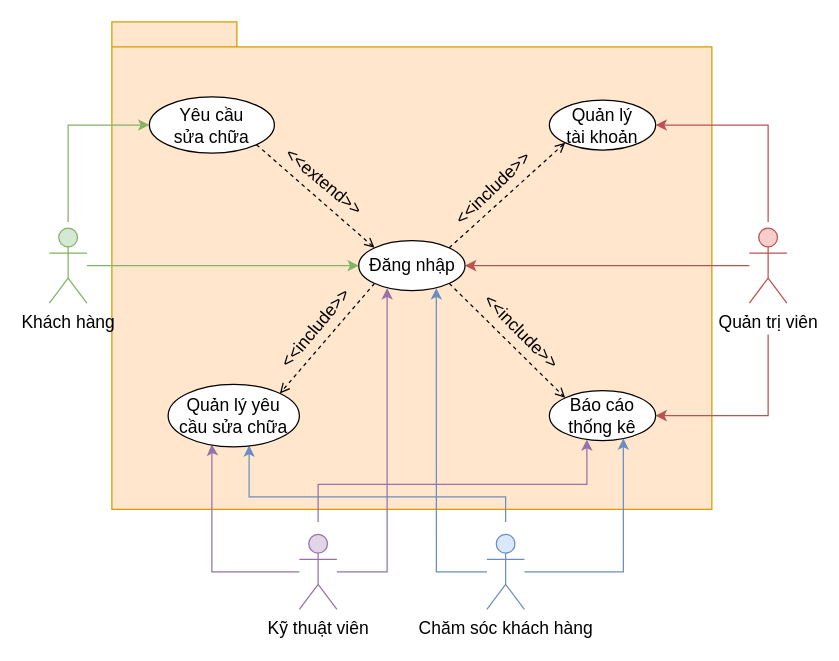
The draw.io diagram Documents/UML/usecase_tongquat.drawio in Sallydead/website-dat-lich-sua-chua, before the edit. Source tidied: cells renumbered, new cells numbered last; positions are measured from the earlier drawing's top-left corner, leaving out a move shared by most shapes. Both pictures are drawn from the tidied source at 125%, with x=0, y=0 at pixel (49, 21).
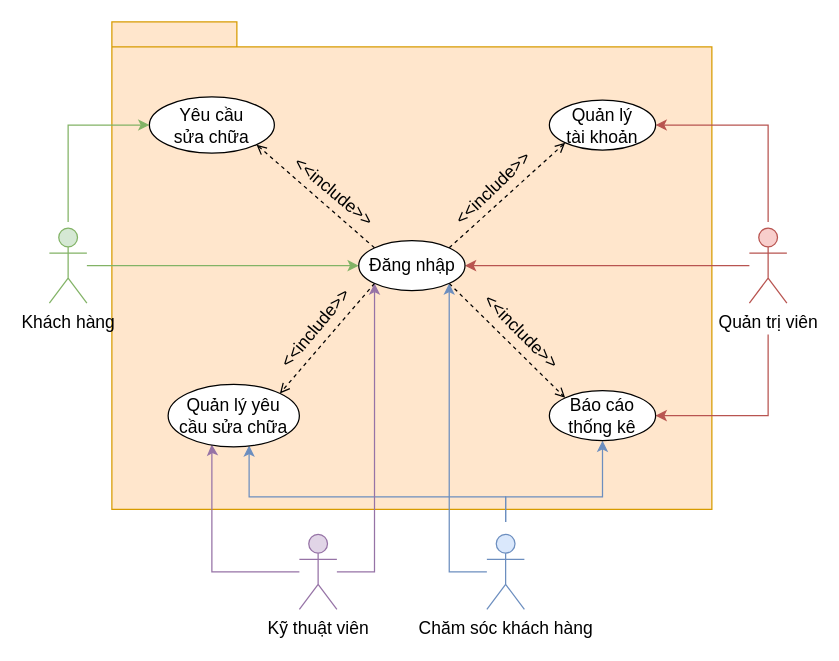
The same diagram, later.

Unchanged cells that the change refers to:
```xml
<mxCell id="12" value="Chăm sóc khách hàng" style="shape=umlActor;verticalLabelPosition=bottom;verticalAlign=top;html=1;outlineConnect=0;fillColor=#dae8fc;strokeColor=#6c8ebf;fontSize=14;" parent="1" vertex="1">
  <mxGeometry x="350" y="410" width="30" height="60" as="geometry" />
</mxCell>
<mxCell id="16" value="Kỹ thuật viên" style="shape=umlActor;verticalLabelPosition=bottom;verticalAlign=top;html=1;outlineConnect=0;fillColor=#e1d5e7;strokeColor=#9673a6;fontSize=14;" parent="1" vertex="1">
  <mxGeometry x="200" y="410" width="30" height="60" as="geometry" />
</mxCell>
<mxCell id="20" value="Đăng nhập" style="ellipse;whiteSpace=wrap;html=1;fontSize=14;" parent="1" vertex="1">
  <mxGeometry x="247.5" y="175" width="85" height="40" as="geometry" />
</mxCell>
<mxCell id="23" value="Yêu cầu&lt;br&gt;sửa chữa" style="ellipse;whiteSpace=wrap;html=1;fontSize=14;" parent="1" vertex="1">
  <mxGeometry x="80" y="60" width="100" height="45" as="geometry" />
</mxCell>
<mxCell id="24" value="Báo cáo thống kê" style="ellipse;whiteSpace=wrap;html=1;fontSize=14;" parent="1" vertex="1">
  <mxGeometry x="400" y="295" width="85" height="40" as="geometry" />
</mxCell>
```

Diff of the diagram source:
```diff
@@
-    <mxCell id="10" style="edgeStyle=orthogonalEdgeStyle;rounded=0;jettySize=auto;html=1;fillColor=#dae8fc;strokeColor=#6c8ebf;entryX=0.73;entryY=0.95;entryDx=0;entryDy=0;entryPerimeter=0;" parent="1" edge="1" source="12" target="20">
-      <mxGeometry relative="1" as="geometry">
-        <Array as="points">
-          <mxPoint x="310" y="440" />
-        </Array>
-      </mxGeometry>
+    <mxCell id="10" style="edgeStyle=orthogonalEdgeStyle;rounded=0;jettySize=auto;html=1;entryX=1;entryY=1;entryDx=0;entryDy=0;fillColor=#dae8fc;strokeColor=#6c8ebf;" parent="1" edge="1" source="12" target="20">
+      <mxGeometry relative="1" as="geometry" />
     </mxCell>
@@
+    <mxCell id="31" style="edgeStyle=orthogonalEdgeStyle;rounded=0;jettySize=auto;html=1;entryX=0.5;entryY=1;entryDx=0;entryDy=0;fillColor=#dae8fc;strokeColor=#6c8ebf;" parent="1" edge="1" target="24">
+      <mxGeometry relative="1" as="geometry">
+        <mxPoint x="365" y="400" as="sourcePoint" />
+        <Array as="points">
+          <mxPoint x="365" y="380" />
+          <mxPoint x="442" y="380" />
+        </Array>
+      </mxGeometry>
+    </mxCell>
@@
-    <mxCell id="13" style="edgeStyle=orthogonalEdgeStyle;rounded=0;jettySize=auto;html=1;fillColor=#e1d5e7;strokeColor=#9673a6;entryX=0.267;entryY=0.95;entryDx=0;entryDy=0;entryPerimeter=0;" parent="1" edge="1" source="16" target="20">
-      <mxGeometry relative="1" as="geometry">
-        <Array as="points">
-          <mxPoint x="270" y="440" />
-        </Array>
-      </mxGeometry>
+    <mxCell id="13" style="edgeStyle=orthogonalEdgeStyle;rounded=0;jettySize=auto;html=1;entryX=0;entryY=1;entryDx=0;entryDy=0;fillColor=#e1d5e7;strokeColor=#9673a6;" parent="1" edge="1" source="16" target="20">
+      <mxGeometry relative="1" as="geometry" />
     </mxCell>
@@
-    <mxCell id="15" style="edgeStyle=orthogonalEdgeStyle;rounded=0;jettySize=auto;html=1;entryX=0.353;entryY=0.979;entryDx=0;entryDy=0;fillColor=#e1d5e7;strokeColor=#9673a6;entryPerimeter=0;" parent="1" edge="1" target="24">
-      <mxGeometry relative="1" as="geometry">
-        <mxPoint x="215" y="400" as="sourcePoint" />
-        <Array as="points">
-          <mxPoint x="215" y="370" />
-          <mxPoint x="430" y="370" />
-        </Array>
-      </mxGeometry>
-    </mxCell>
@@
+    <mxCell id="32" style="rounded=0;jettySize=auto;html=1;exitX=0;exitY=0;exitDx=0;exitDy=0;entryX=1;entryY=1;entryDx=0;entryDy=0;dashed=1;endArrow=open;endFill=0;" parent="1" edge="1" source="20" target="23">
+      <mxGeometry relative="1" as="geometry" />
+    </mxCell>
@@
-    <mxCell id="22" style="rounded=0;jettySize=auto;html=1;exitX=1;exitY=1;exitDx=0;exitDy=0;entryX=0;entryY=0;entryDx=0;entryDy=0;dashed=1;endArrow=open;endFill=0;" parent="1" edge="1" source="23" target="20">
-      <mxGeometry relative="1" as="geometry" />
-    </mxCell>
@@
-    <mxCell id="27" value="&lt;font style=&quot;font-size: 14px;&quot;&gt;&amp;lt;&amp;lt;extend&amp;gt;&amp;gt;&lt;/font&gt;" style="text;html=1;strokeColor=none;fillColor=none;align=center;verticalAlign=middle;whiteSpace=wrap;rounded=0;rotation=40;" parent="1" vertex="1">
-      <mxGeometry x="190" y="113" width="60" height="30" as="geometry" />
+    <mxCell id="27" value="&lt;font style=&quot;font-size: 14px;&quot;&gt;&amp;lt;&amp;lt;include&amp;gt;&amp;gt;&lt;/font&gt;" style="text;html=1;strokeColor=none;fillColor=none;align=center;verticalAlign=middle;whiteSpace=wrap;rounded=0;rotation=40;" parent="1" vertex="1">
+      <mxGeometry x="198" y="121" width="60" height="30" as="geometry" />
     </mxCell>
@@
-    <mxCell id="30" style="edgeStyle=orthogonalEdgeStyle;rounded=0;jettySize=auto;html=1;entryX=0.696;entryY=0.957;entryDx=0;entryDy=0;entryPerimeter=0;fillColor=#dae8fc;strokeColor=#6c8ebf;" parent="1" edge="1" source="12" target="24">
-      <mxGeometry relative="1" as="geometry" />
-    </mxCell>
```
